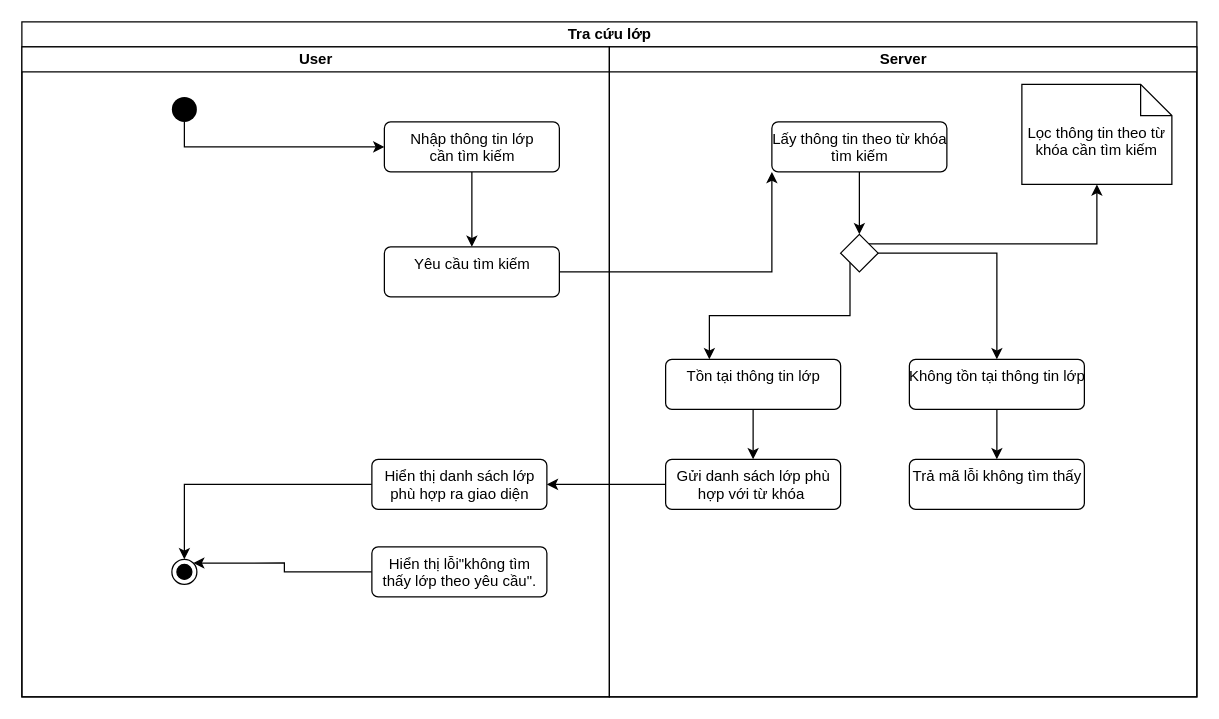
tue0305/WebSiteGiaSu keeps this draw.io diagram as page "BPM_TraCuuLop" (1 of 4) of Diagram/BPM_qlgiasu.drawio. Above is the earlier version. Source tidied: cells renumbered, new cells numbered last; positions are measured from the earlier drawing's top-left corner, leaving out a move shared by most shapes. Both pictures are drawn from the tidied source at 125%, with x=0, y=0 at pixel (21, 21).
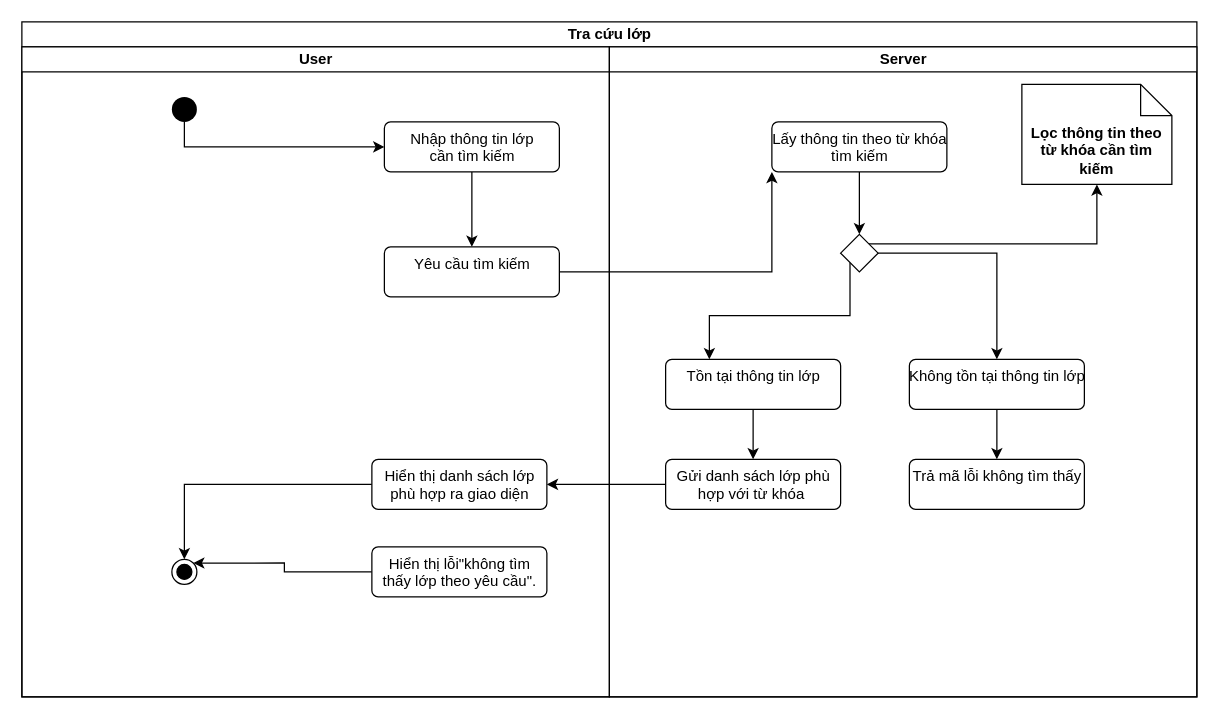
The same page after the edit.

The change refers to these unchanged cells:
```xml
<mxCell id="15" value="Server" style="swimlane;html=1;startSize=20;" parent="2" vertex="1">
  <mxGeometry x="470" y="20" width="470" height="520" as="geometry" />
</mxCell>
```

The edit, as a diff of the source:
```diff
@@
-    <mxCell id="28" value="Lọc thông tin theo từ khóa cần tìm kiếm" style="shape=note2;boundedLbl=1;whiteSpace=wrap;html=1;size=25;verticalAlign=top;align=center;" parent="15" vertex="1">
+    <mxCell id="28" value="Lọc thông tin theo từ khóa cần tìm kiếm" style="shape=note2;boundedLbl=1;whiteSpace=wrap;html=1;size=25;verticalAlign=top;align=center;fontStyle=1;" parent="15" vertex="1">
       <mxGeometry x="330" y="30" width="120" height="80" as="geometry" />
     </mxCell>
```
